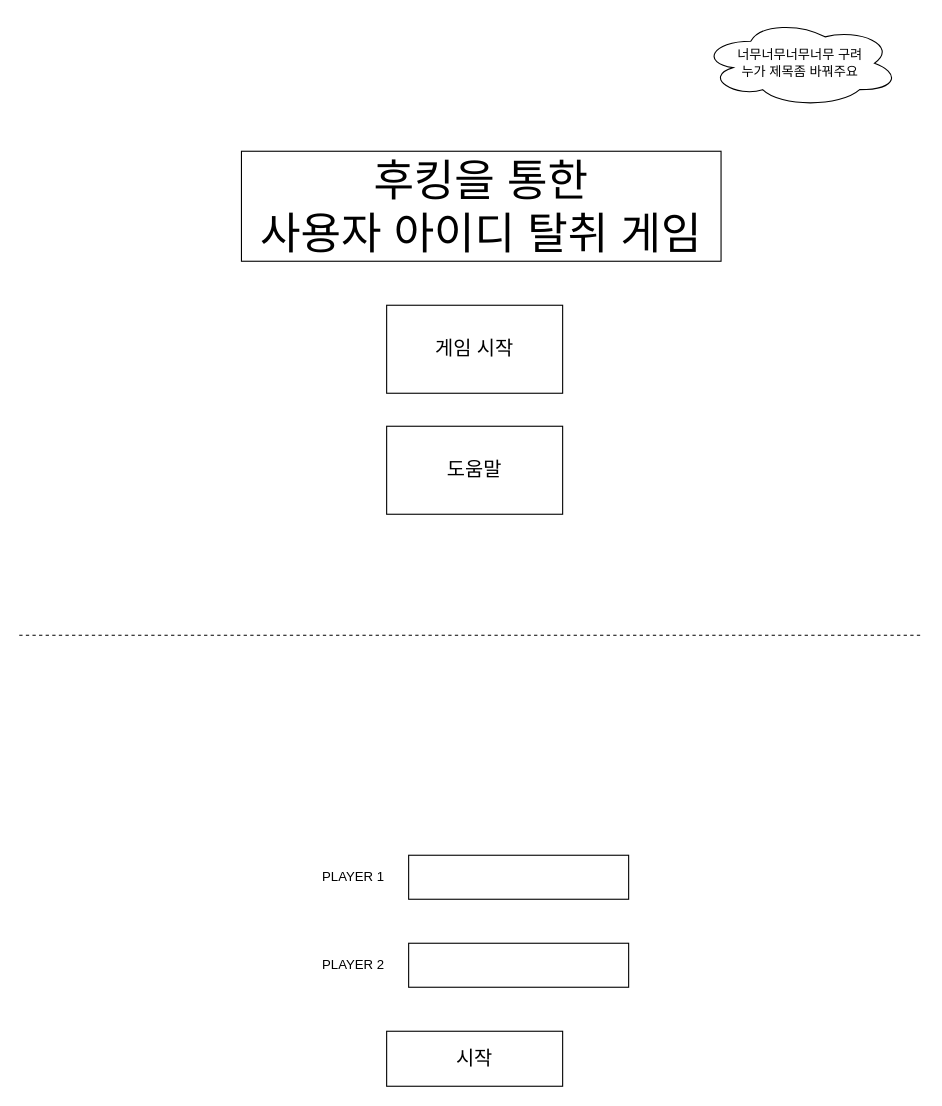
Earlier version of the draw.io diagram page "design" (1 of 6) of Untitled Diagram.drawio (yuhan-os-security/Journaling_game). Source tidied: cells renumbered, new cells numbered last; positions are measured from the earlier drawing's top-left corner, leaving out a move shared by most shapes. Both pictures are drawn from the tidied source at 110%, with x=0, y=0 at pixel (19, 19).
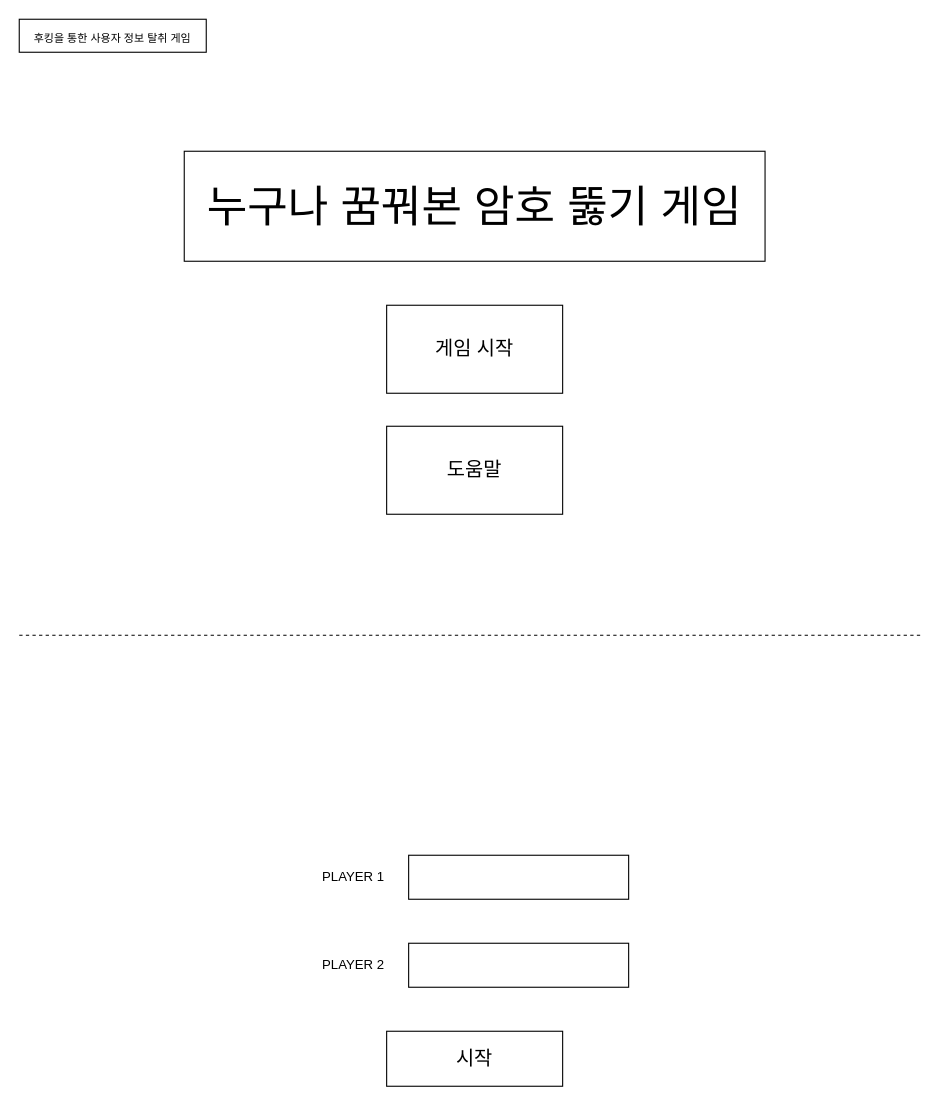
The same page after the edit.

What changed in the source:
```diff
@@
 <mxGraphModel>
   <root>
     <mxCell id="0" />
     <mxCell id="1" parent="0" />
     <mxCell id="2" style="endArrow=none;dashed=1;html=1;rounded=0;" parent="1" edge="1">
       <mxGeometry relative="1" as="geometry">
         <mxPoint y="560" as="sourcePoint" />
         <mxPoint x="820" y="560" as="targetPoint" />
       </mxGeometry>
     </mxCell>
     <mxCell id="3" value="게임 시작" style="rounded=0;whiteSpace=wrap;html=1;fontSize=18;strokeColor=#000000;fillColor=#FFFFFF;" parent="1" vertex="1">
       <mxGeometry x="334" y="260" width="160" height="80" as="geometry" />
     </mxCell>
     <mxCell id="4" value="도움말" style="rounded=0;whiteSpace=wrap;html=1;fontSize=18;strokeColor=#000000;fillColor=#FFFFFF;" parent="1" vertex="1">
       <mxGeometry x="334" y="370" width="160" height="80" as="geometry" />
     </mxCell>
-    <mxCell id="5" value="&lt;font style=&quot;font-size: 40px&quot;&gt;후킹을 통한&lt;br&gt;사용자 아이디 탈취 게임&lt;/font&gt;" style="rounded=0;whiteSpace=wrap;html=1;fontSize=18;strokeColor=#000000;fillColor=#FFFFFF;" parent="1" vertex="1">
-      <mxGeometry x="202" y="120" width="436" height="100" as="geometry" />
+    <mxCell id="5" value="&lt;span style=&quot;font-size: 40px&quot;&gt;누구나 꿈꿔본 암호 뚫기 게임&lt;/span&gt;" style="rounded=0;whiteSpace=wrap;html=1;fontSize=18;strokeColor=#000000;fillColor=#FFFFFF;" parent="1" vertex="1">
+      <mxGeometry x="150" y="120" width="528" height="100" as="geometry" />
     </mxCell>
-    <mxCell id="6" value="너무너무너무너무 구려&lt;br&gt;누가 제목좀 바꿔주요" style="ellipse;shape=cloud;whiteSpace=wrap;html=1;fontSize=12;strokeColor=#000000;fillColor=#FFFFFF;" parent="1" vertex="1">
-      <mxGeometry x="620" width="180" height="80" as="geometry" />
-    </mxCell>
     <mxCell id="7" style="rounded=0;whiteSpace=wrap;html=1;fontSize=12;strokeColor=#000000;fillColor=#FFFFFF;" parent="1" vertex="1">
       <mxGeometry x="354" y="760" width="200" height="40" as="geometry" />
     </mxCell>
     <mxCell id="8" value="PLAYER 1" style="text;html=1;strokeColor=none;fillColor=none;align=center;verticalAlign=middle;whiteSpace=wrap;rounded=0;fontSize=12;" parent="1" vertex="1">
       <mxGeometry x="274" y="765" width="60" height="30" as="geometry" />
     </mxCell>
     <mxCell id="9" style="rounded=0;whiteSpace=wrap;html=1;fontSize=12;strokeColor=#000000;fillColor=#FFFFFF;" parent="1" vertex="1">
       <mxGeometry x="354" y="840" width="200" height="40" as="geometry" />
     </mxCell>
     <mxCell id="10" value="PLAYER 2" style="text;html=1;strokeColor=none;fillColor=none;align=center;verticalAlign=middle;whiteSpace=wrap;rounded=0;fontSize=12;" parent="1" vertex="1">
       <mxGeometry x="274" y="845" width="60" height="30" as="geometry" />
     </mxCell>
     <mxCell id="11" value="시작" style="rounded=0;whiteSpace=wrap;html=1;fontSize=18;strokeColor=#000000;fillColor=#FFFFFF;" parent="1" vertex="1">
       <mxGeometry x="334" y="920" width="160" height="50" as="geometry" />
     </mxCell>
+    <mxCell id="12" value="&lt;font style=&quot;font-size: 10px&quot;&gt;후킹을 통한 사용자 정보 탈취 게임&lt;/font&gt;" style="rounded=0;whiteSpace=wrap;html=1;fontSize=18;strokeColor=#000000;fillColor=#FFFFFF;" parent="1" vertex="1">
+      <mxGeometry width="170" height="30" as="geometry" />
+    </mxCell>
   </root>
 </mxGraphModel>
```
